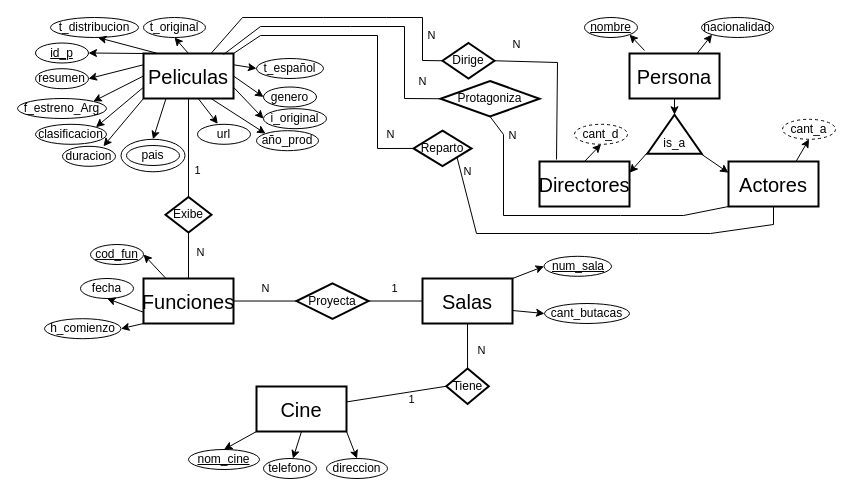
Brunodepas/Proyecto-Base-de-Datos keeps this draw.io diagram as Diagrama y Tabulacion/Diagrama E-R Proyectov2.drawio. Above is the earlier version. Source tidied: cells renumbered, new cells numbered last; positions are measured from the earlier drawing's top-left corner, leaving out a move shared by most shapes. Both pictures are drawn from the tidied source at 100%, with x=0, y=0 at pixel (17, 17).
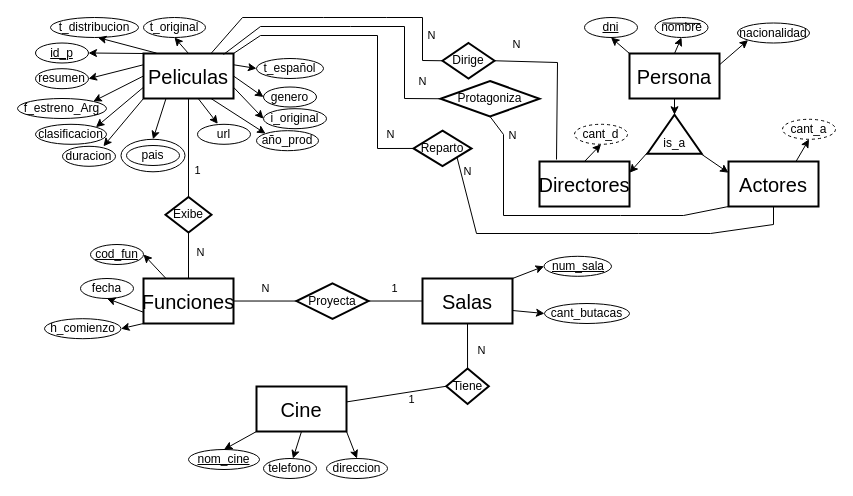
After the change.

Commit message (it also covers changes not shown here):
Se agrega las consultas del ejercicio 6 y se modifica el Diagrama, la Tabulacion, el DDL y el DML

Unchanged cells that the change refers to:
```xml
<mxCell id="3" value="&lt;span style=&quot;font-size: 20px;&quot;&gt;Persona&lt;/span&gt;" style="whiteSpace=wrap;html=1;labelBackgroundColor=none;rounded=0;strokeWidth=2;" parent="1" vertex="1">
  <mxGeometry x="612" y="36" width="90" height="45" as="geometry" />
</mxCell>
```

What changed in the source:
```diff
@@
-    <mxCell id="38" value="&lt;u&gt;nombre&lt;/u&gt;" style="ellipse;whiteSpace=wrap;html=1;" parent="1" vertex="1">
-      <mxGeometry x="567" width="53" height="20" as="geometry" />
-    </mxCell>
     <mxCell id="39" value="nacionalidad" style="ellipse;whiteSpace=wrap;html=1;" parent="1" vertex="1">
-      <mxGeometry x="684" width="72" height="20" as="geometry" />
+      <mxGeometry x="720" y="5.5" width="72" height="20" as="geometry" />
     </mxCell>
-    <mxCell id="40" style="edgeStyle=none;rounded=0;jettySize=auto;html=1;exitX=0.167;exitY=-0.067;exitDx=0;exitDy=0;entryX=1;entryY=1;entryDx=0;entryDy=0;exitPerimeter=0;" parent="1" edge="1" source="3" target="38">
+    <mxCell id="40" style="edgeStyle=none;rounded=0;jettySize=auto;html=1;exitX=0.5;exitY=0;exitDx=0;exitDy=0;entryX=0.5;entryY=1;entryDx=0;entryDy=0;" parent="1" edge="1" source="3" target="38">
       <mxGeometry relative="1" as="geometry" />
     </mxCell>
-    <mxCell id="41" style="edgeStyle=none;rounded=0;jettySize=auto;html=1;exitX=0.75;exitY=0;exitDx=0;exitDy=0;entryX=0;entryY=1;entryDx=0;entryDy=0;" parent="1" edge="1" source="3" target="39">
+    <mxCell id="41" style="edgeStyle=none;rounded=0;jettySize=auto;html=1;exitX=1;exitY=0.25;exitDx=0;exitDy=0;entryX=0;entryY=1;entryDx=0;entryDy=0;" parent="1" edge="1" source="3" target="39">
       <mxGeometry relative="1" as="geometry" />
     </mxCell>
@@
+    <mxCell id="84" value="&lt;u&gt;dni&lt;/u&gt;" style="ellipse;whiteSpace=wrap;html=1;" parent="1" vertex="1">
+      <mxGeometry x="567" width="53" height="20" as="geometry" />
+    </mxCell>
+    <mxCell id="85" style="edgeStyle=none;rounded=0;jettySize=auto;html=1;exitX=0;exitY=0;exitDx=0;exitDy=0;entryX=0.5;entryY=1;entryDx=0;entryDy=0;" parent="1" edge="1" source="3" target="84">
+      <mxGeometry relative="1" as="geometry" />
+    </mxCell>
+    <mxCell id="86" style="group;" parent="1" vertex="1">
+      <mxGeometry x="637.5" width="53" height="20" as="geometry" />
+    </mxCell>
+    <mxCell id="38" value="nombre" style="ellipse;whiteSpace=wrap;html=1;" parent="86" vertex="1">
+      <mxGeometry width="53" height="20" as="geometry" />
+    </mxCell>
+    <mxCell id="87" style="edgeStyle=none;orthogonalLoop=1;jettySize=auto;html=1;rounded=0;endArrow=none;endFill=0;" parent="86" edge="1">
+      <mxGeometry relative="1" as="geometry">
+        <mxPoint x="7.5" y="5.5" as="sourcePoint" />
+        <mxPoint x="45.5" y="6" as="targetPoint" />
+      </mxGeometry>
+    </mxCell>
```
